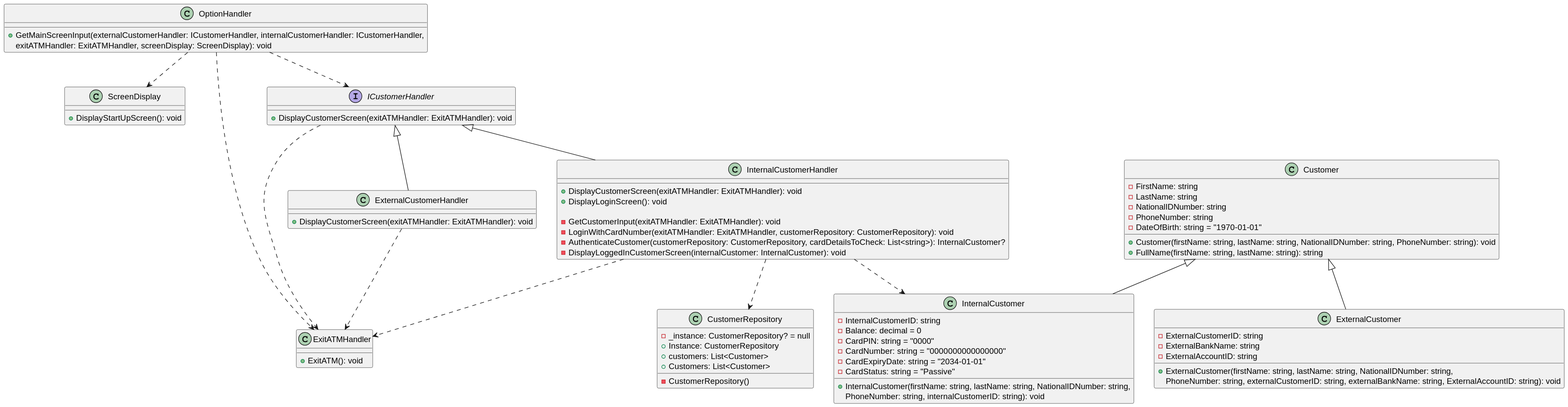
Above: out/ATMUygulamasi.svg in KTrordu/atm-uygulamasi (PlantUML), before the change.
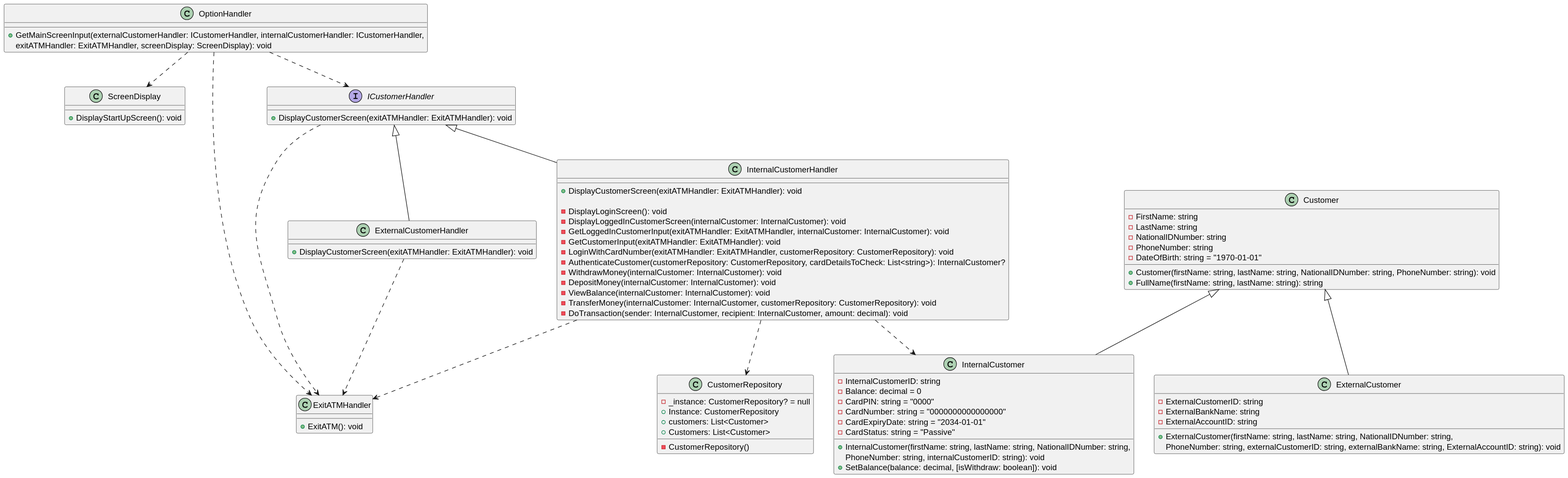
Above is the later version.

Commit message:
updated the uml diagram

The edit, as a diff of the source:
```diff
@@ -33,6 +33,7 @@
 
     +InternalCustomer(firstName: string, lastName: string, NationalIDNumber: string,
     PhoneNumber: string, internalCustomerID: string): void
+    +SetBalance(balance: decimal, [isWithdraw: boolean]): void
 }
 
 class OptionHandler {
@@ -50,12 +51,18 @@
 
 class InternalCustomerHandler {
     +DisplayCustomerScreen(exitATMHandler: ExitATMHandler): void
-    +DisplayLoginScreen(): void
 
+    -DisplayLoginScreen(): void
+    -DisplayLoggedInCustomerScreen(internalCustomer: InternalCustomer): void
+    -GetLoggedInCustomerInput(exitATMHandler: ExitATMHandler, internalCustomer: InternalCustomer): void
     -GetCustomerInput(exitATMHandler: ExitATMHandler): void
     -LoginWithCardNumber(exitATMHandler: ExitATMHandler, customerRepository: CustomerRepository): void
     -AuthenticateCustomer(customerRepository: CustomerRepository, cardDetailsToCheck: List<string>): InternalCustomer?
-    -DisplayLoggedInCustomerScreen(internalCustomer: InternalCustomer): void
+    -WithdrawMoney(internalCustomer: InternalCustomer): void
+    -DepositMoney(internalCustomer: InternalCustomer): void
+    -ViewBalance(internalCustomer: InternalCustomer): void
+    -TransferMoney(internalCustomer: InternalCustomer, customerRepository: CustomerRepository): void
+    -DoTransaction(sender: InternalCustomer, recipient: InternalCustomer, amount: decimal): void
 }
 
 class CustomerRepository {
```
